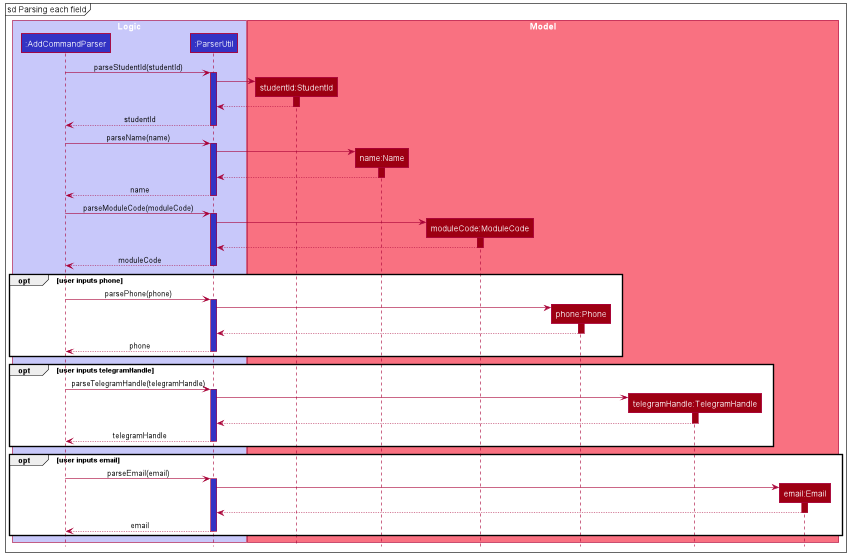
nus-cs2103-AY2122S2/tp keeps this PlantUML diagram as docs/images/AddCommandSequenceDiagram-2.png. Above is the earlier version. Its diagram source:
```plantuml
@startuml
!include style.puml

box "Logic" LOGIC_COLOR_T1
participant ":AddCommandParser" as AddCommandParser LOGIC_COLOR
participant ":ParserUtil" as ParserUtil LOGIC_COLOR
end box

box "Model" MODEL_COLOR_T1
participant "studentId:StudentId" as StudentId MODEL_COLOR
participant "name:Name" as Name MODEL_COLOR
participant "moduleCode:ModuleCode" as ModuleCode MODEL_COLOR
participant "phone:Phone" as Phone MODEL_COLOR
participant "telegramHandle:TelegramHandle" as TelegramHandle MODEL_COLOR
participant "email:Email" as Email MODEL_COLOR
end box

mainframe sd Parsing each field
AddCommandParser -> ParserUtil ++ LOGIC_COLOR: parseStudentId(studentId)
create StudentId
ParserUtil -> StudentId
activate StudentId MODEL_COLOR
StudentId --> ParserUtil
deactivate StudentId
ParserUtil --> AddCommandParser -- MODEL_COLOR: studentId

AddCommandParser -> ParserUtil ++ LOGIC_COLOR: parseName(name)
create Name
ParserUtil -> Name
activate Name MODEL_COLOR
Name --> ParserUtil
deactivate Name
ParserUtil --> AddCommandParser -- MODEL_COLOR: name

AddCommandParser -> ParserUtil ++ LOGIC_COLOR: parseModuleCode(moduleCode)
create ModuleCode
ParserUtil -> ModuleCode
activate ModuleCode MODEL_COLOR
ModuleCode --> ParserUtil
deactivate ModuleCode
ParserUtil --> AddCommandParser -- LOGIC_COLOR: moduleCode

opt user inputs phone
    AddCommandParser -> ParserUtil ++ LOGIC_COLOR: parsePhone(phone)
    create Phone
    ParserUtil -> Phone
    activate Phone MODEL_COLOR
    Phone --> ParserUtil
    deactivate Phone
    ParserUtil --> AddCommandParser -- LOGIC_COLOR: phone
end

opt user inputs telegramHandle
    AddCommandParser -> ParserUtil ++ LOGIC_COLOR: parseTelegramHandle(telegramHandle)
    create TelegramHandle
    ParserUtil -> TelegramHandle
    activate TelegramHandle MODEL_COLOR
    TelegramHandle --> ParserUtil
    deactivate TelegramHandle
    ParserUtil --> AddCommandParser -- LOGIC_COLOR: telegramHandle
end

opt user inputs email
    AddCommandParser -> ParserUtil ++ LOGIC_COLOR: parseEmail(email)
    create Email
    ParserUtil -> Email
    activate Email MODEL_COLOR
    Email --> ParserUtil
    deactivate Email
    ParserUtil --> AddCommandParser -- LOGIC_COLOR: email
end
@enduml
```
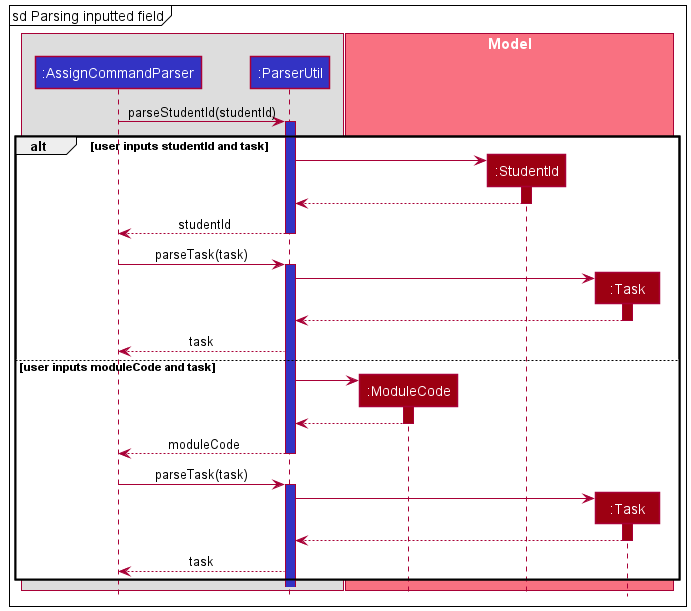
The same diagram one commit later.

Commit message:
Update assign command diagrams

Updated diagrams for assign command to handle assigning tasks by
module code.

What changed in the source:
```diff
@@ -1,72 +1,59 @@
 @startuml
 !include style.puml
 
-box "Logic" LOGIC_COLOR_T1
-participant ":AddCommandParser" as AddCommandParser LOGIC_COLOR
+box
+participant ":AssignCommandParser" as AssignCommandParser LOGIC_COLOR
 participant ":ParserUtil" as ParserUtil LOGIC_COLOR
 end box
 
 box "Model" MODEL_COLOR_T1
-participant "studentId:StudentId" as StudentId MODEL_COLOR
-participant "name:Name" as Name MODEL_COLOR
-participant "moduleCode:ModuleCode" as ModuleCode MODEL_COLOR
-participant "phone:Phone" as Phone MODEL_COLOR
-participant "telegramHandle:TelegramHandle" as TelegramHandle MODEL_COLOR
-participant "email:Email" as Email MODEL_COLOR
+participant ":ModuleCode" as ModuleCode MODEL_COLOR
+participant ":StudentId" as StudentId MODEL_COLOR
+participant ":Task" as Task MODEL_COLOR
 end box
 
-mainframe sd Parsing each field
-AddCommandParser -> ParserUtil ++ LOGIC_COLOR: parseStudentId(studentId)
-create StudentId
-ParserUtil -> StudentId
-activate StudentId MODEL_COLOR
-StudentId --> ParserUtil
-deactivate StudentId
-ParserUtil --> AddCommandParser -- MODEL_COLOR: studentId
+mainframe sd Parsing inputted field
 
-AddCommandParser -> ParserUtil ++ LOGIC_COLOR: parseName(name)
-create Name
-ParserUtil -> Name
-activate Name MODEL_COLOR
-Name --> ParserUtil
-deactivate Name
-ParserUtil --> AddCommandParser -- MODEL_COLOR: name
+AssignCommandParser -> ParserUtil : parseStudentId(studentId)
+activate ParserUtil LOGIC_COLOR
 
-AddCommandParser -> ParserUtil ++ LOGIC_COLOR: parseModuleCode(moduleCode)
-create ModuleCode
-ParserUtil -> ModuleCode
-activate ModuleCode MODEL_COLOR
-ModuleCode --> ParserUtil
-deactivate ModuleCode
-ParserUtil --> AddCommandParser -- LOGIC_COLOR: moduleCode
+alt user inputs studentId and task
+    create StudentId
+    ParserUtil -> StudentId
+    activate StudentId MODEL_COLOR
+    StudentId --> ParserUtil
+    deactivate
+    ParserUtil --> AssignCommandParser : studentId
+    deactivate
 
-opt user inputs phone
-    AddCommandParser -> ParserUtil ++ LOGIC_COLOR: parsePhone(phone)
-    create Phone
-    ParserUtil -> Phone
-    activate Phone MODEL_COLOR
-    Phone --> ParserUtil
-    deactivate Phone
-    ParserUtil --> AddCommandParser -- LOGIC_COLOR: phone
+
+    AssignCommandParser -> ParserUtil : parseTask(task)
+    activate ParserUtil LOGIC_COLOR
+    create Task
+    ParserUtil -> Task
+    activate Task MODEL_COLOR
+    Task --> ParserUtil
+    deactivate
+    ParserUtil --> AssignCommandParser : task
+
+else user inputs moduleCode and task
+    create ModuleCode
+    ParserUtil -> ModuleCode
+    activate ModuleCode MODEL_COLOR
+    ModuleCode --> ParserUtil
+    deactivate
+    ParserUtil --> AssignCommandParser : moduleCode
+    deactivate
+
+
+    AssignCommandParser -> ParserUtil : parseTask(task)
+    activate ParserUtil LOGIC_COLOR
+    create Task
+    ParserUtil -> Task
+    activate Task MODEL_COLOR
+    Task --> ParserUtil
+    deactivate
+    ParserUtil --> AssignCommandParser : task
 end
 
-opt user inputs telegramHandle
-    AddCommandParser -> ParserUtil ++ LOGIC_COLOR: parseTelegramHandle(telegramHandle)
-    create TelegramHandle
-    ParserUtil -> TelegramHandle
-    activate TelegramHandle MODEL_COLOR
-    TelegramHandle --> ParserUtil
-    deactivate TelegramHandle
-    ParserUtil --> AddCommandParser -- LOGIC_COLOR: telegramHandle
-end
-
-opt user inputs email
-    AddCommandParser -> ParserUtil ++ LOGIC_COLOR: parseEmail(email)
-    create Email
-    ParserUtil -> Email
-    activate Email MODEL_COLOR
-    Email --> ParserUtil
-    deactivate Email
-    ParserUtil --> AddCommandParser -- LOGIC_COLOR: email
-end
 @enduml
```
